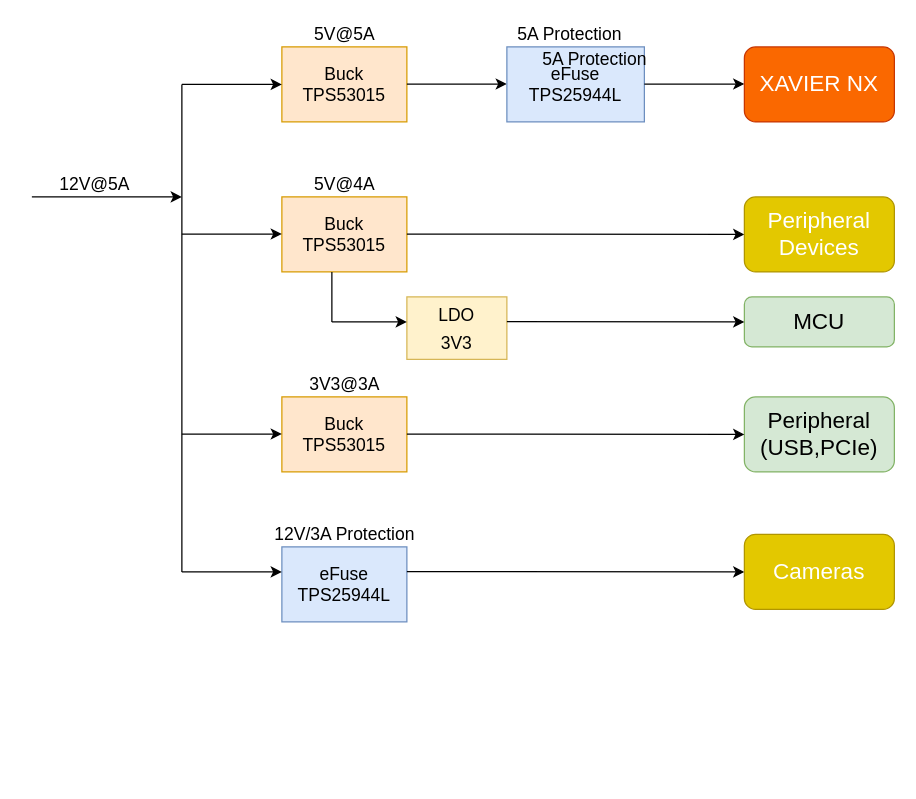
Above: Xavier_NX.drawio in anhvanthe/01_my_drawio (draw.io), before the change. Source tidied: cells renumbered, new cells numbered last; positions are measured from the earlier drawing's top-left corner, leaving out a move shared by most shapes. Both pictures are drawn from the tidied source at 125%, with x=0, y=0 at pixel (31, 21).
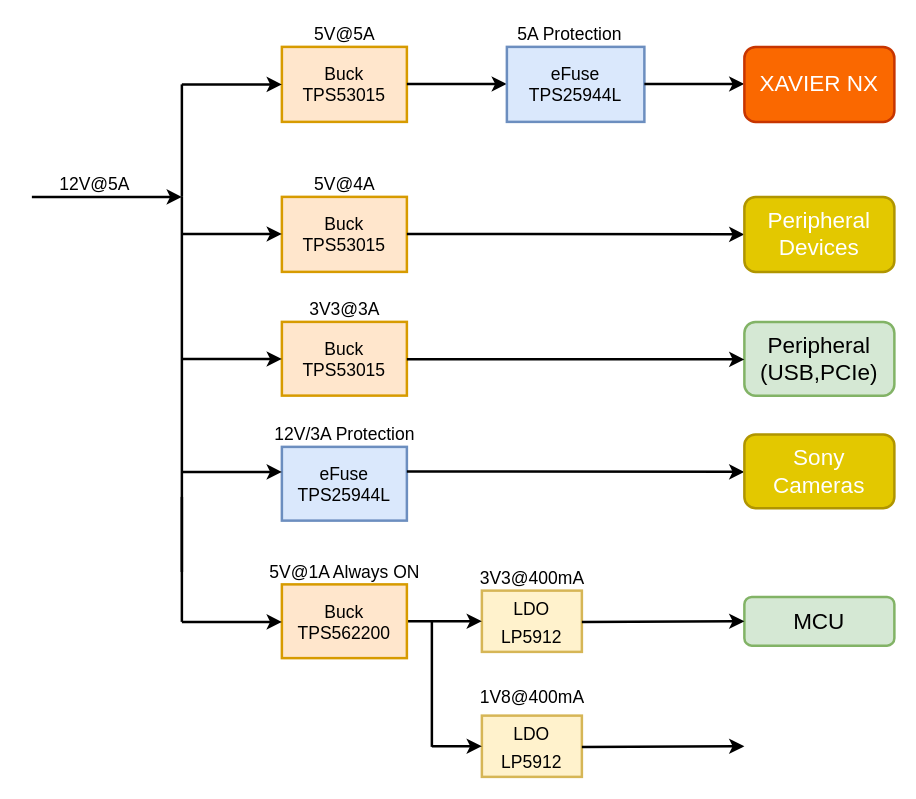
Above is the later version.

What changed in the source:
```diff
@@
-    <mxCell id="2" style="endArrow=classic;html=1;" parent="1" edge="1">
+    <mxCell id="2" style="endArrow=classic;html=1;strokeWidth=2;" parent="1" edge="1">
       <mxGeometry relative="1" as="geometry">
         <mxPoint y="140" as="sourcePoint" />
         <mxPoint x="120" y="140" as="targetPoint" />
       </mxGeometry>
     </mxCell>
-    <mxCell id="3" value="12V@5A" style="text;html=1;align=center;verticalAlign=middle;fontSize=14;" parent="1" vertex="1">
+    <mxCell id="3" value="12V@5A" style="text;html=1;align=center;verticalAlign=middle;fontSize=14;strokeWidth=2;" parent="1" vertex="1">
       <mxGeometry x="15" y="120" width="70" height="20" as="geometry" />
     </mxCell>
-    <mxCell id="4" value="Buck&lt;br&gt;TPS53015" style="rounded=0;whiteSpace=wrap;html=1;fontSize=14;fillColor=#ffe6cc;strokeColor=#d79b00;" parent="1" vertex="1">
+    <mxCell id="4" value="Buck&lt;br&gt;TPS53015" style="rounded=0;whiteSpace=wrap;html=1;fontSize=14;fillColor=#ffe6cc;strokeColor=#d79b00;strokeWidth=2;" parent="1" vertex="1">
       <mxGeometry x="200" y="20" width="100" height="60" as="geometry" />
     </mxCell>
-    <mxCell id="5" value="5V@5A" style="text;html=1;align=center;verticalAlign=middle;fontSize=14;" parent="1" vertex="1">
+    <mxCell id="5" value="5V@5A" style="text;html=1;align=center;verticalAlign=middle;fontSize=14;strokeWidth=2;" parent="1" vertex="1">
       <mxGeometry x="220" width="60" height="20" as="geometry" />
     </mxCell>
-    <mxCell id="6" style="endArrow=none;html=1;fontSize=14;" parent="1" edge="1">
+    <mxCell id="6" style="endArrow=none;html=1;fontSize=14;strokeWidth=2;" parent="1" edge="1">
       <mxGeometry relative="1" as="geometry">
         <mxPoint x="120" y="140" as="sourcePoint" />
         <mxPoint x="120" y="50" as="targetPoint" />
       </mxGeometry>
     </mxCell>
-    <mxCell id="7" style="endArrow=classic;html=1;fontSize=14;" parent="1" edge="1">
+    <mxCell id="7" style="endArrow=classic;html=1;fontSize=14;strokeWidth=2;" parent="1" edge="1">
       <mxGeometry relative="1" as="geometry">
         <mxPoint x="120" y="50" as="sourcePoint" />
         <mxPoint x="200" y="50" as="targetPoint" />
       </mxGeometry>
     </mxCell>
-    <mxCell id="8" style="endArrow=classic;html=1;fontSize=14;" parent="1" edge="1">
+    <mxCell id="8" style="endArrow=classic;html=1;fontSize=14;strokeWidth=2;" parent="1" edge="1">
       <mxGeometry relative="1" as="geometry">
         <mxPoint x="300" y="49.7" as="sourcePoint" />
         <mxPoint x="380" y="49.7" as="targetPoint" />
       </mxGeometry>
     </mxCell>
-    <mxCell id="9" value="&lt;span&gt;eFuse&lt;/span&gt;&lt;br&gt;&lt;span&gt;TPS25944L&lt;/span&gt;" style="rounded=0;whiteSpace=wrap;html=1;fontSize=14;fillColor=#dae8fc;strokeColor=#6c8ebf;" parent="1" vertex="1">
+    <mxCell id="9" value="&lt;span&gt;eFuse&lt;/span&gt;&lt;br&gt;&lt;span&gt;TPS25944L&lt;/span&gt;" style="rounded=0;whiteSpace=wrap;html=1;fontSize=14;fillColor=#dae8fc;strokeColor=#6c8ebf;strokeWidth=2;" parent="1" vertex="1">
       <mxGeometry x="380" y="20" width="110" height="60" as="geometry" />
     </mxCell>
-    <mxCell id="10" style="endArrow=classic;html=1;fontSize=14;" parent="1" edge="1">
+    <mxCell id="10" style="endArrow=classic;html=1;fontSize=14;strokeWidth=2;" parent="1" edge="1">
       <mxGeometry relative="1" as="geometry">
         <mxPoint x="490" y="49.7" as="sourcePoint" />
         <mxPoint x="570" y="49.7" as="targetPoint" />
       </mxGeometry>
     </mxCell>
-    <mxCell id="11" value="Buck&lt;br&gt;TPS53015" style="rounded=0;whiteSpace=wrap;html=1;fontSize=14;fillColor=#ffe6cc;strokeColor=#d79b00;" parent="1" vertex="1">
+    <mxCell id="11" value="Buck&lt;br&gt;TPS53015" style="rounded=0;whiteSpace=wrap;html=1;fontSize=14;fillColor=#ffe6cc;strokeColor=#d79b00;strokeWidth=2;" parent="1" vertex="1">
       <mxGeometry x="200" y="140" width="100" height="60" as="geometry" />
     </mxCell>
-    <mxCell id="12" value="5V@4A" style="text;html=1;align=center;verticalAlign=middle;fontSize=14;" parent="1" vertex="1">
+    <mxCell id="12" value="5V@4A" style="text;html=1;align=center;verticalAlign=middle;fontSize=14;strokeWidth=2;" parent="1" vertex="1">
       <mxGeometry x="220" y="120" width="60" height="20" as="geometry" />
     </mxCell>
-    <mxCell id="13" value="5A Protection" style="text;html=1;align=center;verticalAlign=middle;fontSize=14;" parent="1" vertex="1">
+    <mxCell id="13" value="5A Protection" style="text;html=1;align=center;verticalAlign=middle;fontSize=14;strokeWidth=2;" parent="1" vertex="1">
       <mxGeometry x="380" width="100" height="20" as="geometry" />
     </mxCell>
-    <mxCell id="14" style="endArrow=classic;html=1;fontSize=14;" parent="1" edge="1">
+    <mxCell id="14" style="endArrow=classic;html=1;fontSize=14;strokeWidth=2;" parent="1" edge="1">
       <mxGeometry relative="1" as="geometry">
         <mxPoint x="120" y="169.7" as="sourcePoint" />
         <mxPoint x="200" y="169.7" as="targetPoint" />
       </mxGeometry>
     </mxCell>
-    <mxCell id="15" style="endArrow=none;html=1;fontSize=14;" parent="1" edge="1">
+    <mxCell id="15" style="endArrow=none;html=1;fontSize=14;strokeWidth=2;" parent="1" edge="1">
       <mxGeometry relative="1" as="geometry">
         <mxPoint x="120" y="440" as="sourcePoint" />
         <mxPoint x="120" y="140" as="targetPoint" />
       </mxGeometry>
     </mxCell>
-    <mxCell id="16" style="endArrow=classic;html=1;fontSize=14;" parent="1" edge="1">
+    <mxCell id="16" style="endArrow=classic;html=1;fontSize=14;strokeWidth=2;" parent="1" edge="1">
       <mxGeometry relative="1" as="geometry">
         <mxPoint x="300" y="169.7" as="sourcePoint" />
         <mxPoint x="570" y="170" as="targetPoint" />
       </mxGeometry>
     </mxCell>
-    <mxCell id="17" value="Buck&lt;br&gt;TPS53015" style="rounded=0;whiteSpace=wrap;html=1;fontSize=14;fillColor=#ffe6cc;strokeColor=#d79b00;" parent="1" vertex="1">
-      <mxGeometry x="200" y="300" width="100" height="60" as="geometry" />
+    <mxCell id="17" value="Buck&lt;br&gt;TPS53015" style="rounded=0;whiteSpace=wrap;html=1;fontSize=14;fillColor=#ffe6cc;strokeColor=#d79b00;strokeWidth=2;" parent="1" vertex="1">
+      <mxGeometry x="200" y="240" width="100" height="59" as="geometry" />
     </mxCell>
-    <mxCell id="18" value="3V3@3A" style="text;html=1;align=center;verticalAlign=middle;fontSize=14;" parent="1" vertex="1">
-      <mxGeometry x="215" y="280" width="70" height="20" as="geometry" />
+    <mxCell id="18" value="3V3@3A" style="text;html=1;align=center;verticalAlign=middle;fontSize=14;strokeWidth=2;" parent="1" vertex="1">
+      <mxGeometry x="215" y="220" width="70" height="20" as="geometry" />
     </mxCell>
-    <mxCell id="19" value="&lt;font style=&quot;font-size: 14px&quot;&gt;LDO&lt;br&gt;3V3&lt;/font&gt;" style="rounded=0;whiteSpace=wrap;html=1;fontSize=18;fillColor=#fff2cc;strokeColor=#d6b656;" parent="1" vertex="1">
-      <mxGeometry x="300" y="220" width="80" height="50" as="geometry" />
+    <mxCell id="19" value="&lt;font style=&quot;font-size: 14px&quot;&gt;LDO&lt;br&gt;LP5912&lt;/font&gt;" style="rounded=0;whiteSpace=wrap;html=1;fontSize=18;fillColor=#fff2cc;strokeColor=#d6b656;strokeWidth=2;" parent="1" vertex="1">
+      <mxGeometry x="360" y="455" width="80" height="49" as="geometry" />
     </mxCell>
-    <mxCell id="20" style="endArrow=classic;html=1;fontSize=14;" parent="1" edge="1">
-      <mxGeometry relative="1" as="geometry">
-        <mxPoint x="240" y="240" as="sourcePoint" />
-        <mxPoint x="300" y="240" as="targetPoint" />
-      </mxGeometry>
-    </mxCell>
-    <mxCell id="21" style="endArrow=none;html=1;fontSize=18;" parent="1" edge="1">
-      <mxGeometry relative="1" as="geometry">
-        <mxPoint x="240" y="240" as="sourcePoint" />
-        <mxPoint x="240" y="200" as="targetPoint" />
-      </mxGeometry>
-    </mxCell>
-    <mxCell id="22" value="MCU" style="rounded=1;whiteSpace=wrap;html=1;fontSize=18;fillColor=#d5e8d4;strokeColor=#82b366;" parent="1" vertex="1">
-      <mxGeometry x="570" y="220" width="120" height="40" as="geometry" />
+    <mxCell id="22" value="MCU" style="rounded=1;whiteSpace=wrap;html=1;fontSize=18;fillColor=#d5e8d4;strokeColor=#82b366;strokeWidth=2;" parent="1" vertex="1">
+      <mxGeometry x="570" y="460" width="120" height="39" as="geometry" />
     </mxCell>
-    <mxCell id="23" value="&lt;span&gt;XAVIER NX&lt;br&gt;&lt;/span&gt;" style="rounded=1;whiteSpace=wrap;html=1;fontSize=18;fillColor=#fa6800;strokeColor=#C73500;fontColor=#ffffff;" parent="1" vertex="1">
+    <mxCell id="23" value="&lt;span&gt;XAVIER NX&lt;br&gt;&lt;/span&gt;" style="rounded=1;whiteSpace=wrap;html=1;fontSize=18;fillColor=#fa6800;strokeColor=#C73500;fontColor=#ffffff;strokeWidth=2;" parent="1" vertex="1">
       <mxGeometry x="570" y="20" width="120" height="60" as="geometry" />
     </mxCell>
-    <mxCell id="24" value="&lt;span&gt;Peripheral&lt;br&gt;&lt;/span&gt;&lt;span&gt;Devices&lt;br&gt;&lt;/span&gt;" style="rounded=1;whiteSpace=wrap;html=1;fontSize=18;fillColor=#e3c800;strokeColor=#B09500;fontColor=#ffffff;" parent="1" vertex="1">
+    <mxCell id="24" value="&lt;span&gt;Peripheral&lt;br&gt;&lt;/span&gt;&lt;span&gt;Devices&lt;br&gt;&lt;/span&gt;" style="rounded=1;whiteSpace=wrap;html=1;fontSize=18;fillColor=#e3c800;strokeColor=#B09500;fontColor=#ffffff;strokeWidth=2;" parent="1" vertex="1">
       <mxGeometry x="570" y="140" width="120" height="60" as="geometry" />
     </mxCell>
-    <mxCell id="25" style="endArrow=classic;html=1;fontSize=14;entryX=0;entryY=0.5;entryDx=0;entryDy=0;" parent="1" edge="1" target="22">
+    <mxCell id="25" style="endArrow=classic;html=1;fontSize=14;entryX=0;entryY=0.5;entryDx=0;entryDy=0;strokeWidth=2;" parent="1" edge="1" target="22">
       <mxGeometry relative="1" as="geometry">
-        <mxPoint x="380" y="239.8" as="sourcePoint" />
+        <mxPoint x="440" y="480" as="sourcePoint" />
       </mxGeometry>
     </mxCell>
-    <mxCell id="26" style="endArrow=classic;html=1;fontSize=14;" parent="1" edge="1">
+    <mxCell id="26" style="endArrow=classic;html=1;fontSize=14;strokeWidth=2;" parent="1" edge="1">
       <mxGeometry relative="1" as="geometry">
-        <mxPoint x="120" y="329.7" as="sourcePoint" />
-        <mxPoint x="200" y="329.7" as="targetPoint" />
+        <mxPoint x="120" y="269.7" as="sourcePoint" />
+        <mxPoint x="200" y="269.7" as="targetPoint" />
       </mxGeometry>
     </mxCell>
-    <mxCell id="27" value="&lt;span&gt;Peripheral&lt;br&gt;&lt;/span&gt;&lt;span&gt;(USB,PCIe)&lt;br&gt;&lt;/span&gt;" style="rounded=1;whiteSpace=wrap;html=1;fontSize=18;fillColor=#d5e8d4;strokeColor=#82b366;" parent="1" vertex="1">
-      <mxGeometry x="570" y="300" width="120" height="60" as="geometry" />
+    <mxCell id="27" value="&lt;span&gt;Peripheral&lt;br&gt;&lt;/span&gt;&lt;span&gt;(USB,PCIe)&lt;br&gt;&lt;/span&gt;" style="rounded=1;whiteSpace=wrap;html=1;fontSize=18;fillColor=#d5e8d4;strokeColor=#82b366;strokeWidth=2;" parent="1" vertex="1">
+      <mxGeometry x="570" y="240" width="120" height="59" as="geometry" />
     </mxCell>
-    <mxCell id="28" style="endArrow=classic;html=1;fontSize=14;" parent="1" edge="1">
+    <mxCell id="28" style="endArrow=classic;html=1;fontSize=14;strokeWidth=2;" parent="1" edge="1">
       <mxGeometry relative="1" as="geometry">
-        <mxPoint x="300" y="329.8" as="sourcePoint" />
-        <mxPoint x="570" y="330" as="targetPoint" />
+        <mxPoint x="300" y="269.8" as="sourcePoint" />
+        <mxPoint x="570" y="270" as="targetPoint" />
       </mxGeometry>
     </mxCell>
-    <mxCell id="29" value="&lt;span&gt;eFuse&lt;/span&gt;&lt;br&gt;&lt;span&gt;TPS25944L&lt;/span&gt;" style="rounded=0;whiteSpace=wrap;html=1;fontSize=14;fillColor=#dae8fc;strokeColor=#6c8ebf;" parent="1" vertex="1">
-      <mxGeometry x="200" y="420" width="100" height="60" as="geometry" />
+    <mxCell id="29" value="&lt;span&gt;eFuse&lt;/span&gt;&lt;br&gt;&lt;span&gt;TPS25944L&lt;/span&gt;" style="rounded=0;whiteSpace=wrap;html=1;fontSize=14;fillColor=#dae8fc;strokeColor=#6c8ebf;strokeWidth=2;" parent="1" vertex="1">
+      <mxGeometry x="200" y="340" width="100" height="59" as="geometry" />
     </mxCell>
-    <mxCell id="30" value="12V/3A Protection" style="text;html=1;align=center;verticalAlign=middle;fontSize=14;" parent="1" vertex="1">
-      <mxGeometry x="185" y="400" width="130" height="20" as="geometry" />
+    <mxCell id="30" value="12V/3A Protection" style="text;html=1;align=center;verticalAlign=middle;fontSize=14;strokeWidth=2;" parent="1" vertex="1">
+      <mxGeometry x="185" y="320" width="130" height="20" as="geometry" />
     </mxCell>
-    <mxCell id="31" value="5A Protection" style="text;html=1;align=center;verticalAlign=middle;fontSize=14;" parent="1" vertex="1">
-      <mxGeometry x="400" y="20" width="100" height="20" as="geometry" />
-    </mxCell>
-    <mxCell id="32" style="endArrow=classic;html=1;fontSize=14;" parent="1" edge="1">
+    <mxCell id="32" style="endArrow=classic;html=1;fontSize=14;strokeWidth=2;" parent="1" edge="1">
       <mxGeometry relative="1" as="geometry">
-        <mxPoint x="120" y="440" as="sourcePoint" />
-        <mxPoint x="200" y="440" as="targetPoint" />
+        <mxPoint x="120" y="360" as="sourcePoint" />
+        <mxPoint x="200" y="360" as="targetPoint" />
       </mxGeometry>
     </mxCell>
-    <mxCell id="33" style="endArrow=classic;html=1;fontSize=14;" parent="1" edge="1">
+    <mxCell id="33" style="endArrow=classic;html=1;fontSize=14;strokeWidth=2;" parent="1" edge="1">
       <mxGeometry relative="1" as="geometry">
-        <mxPoint x="300" y="439.7" as="sourcePoint" />
-        <mxPoint x="570" y="440" as="targetPoint" />
+        <mxPoint x="300" y="359.7" as="sourcePoint" />
+        <mxPoint x="570" y="360" as="targetPoint" />
       </mxGeometry>
     </mxCell>
-    <mxCell id="34" value="&lt;span&gt;Cameras&lt;br&gt;&lt;/span&gt;" style="rounded=1;whiteSpace=wrap;html=1;fontSize=18;fillColor=#e3c800;strokeColor=#B09500;fontColor=#ffffff;" parent="1" vertex="1">
-      <mxGeometry x="570" y="410" width="120" height="60" as="geometry" />
+    <mxCell id="34" value="&lt;span&gt;Sony&lt;br&gt;Cameras&lt;br&gt;&lt;/span&gt;" style="rounded=1;whiteSpace=wrap;html=1;fontSize=18;fillColor=#e3c800;strokeColor=#B09500;fontColor=#ffffff;strokeWidth=2;" parent="1" vertex="1">
+      <mxGeometry x="570" y="330" width="120" height="59" as="geometry" />
     </mxCell>
+    <mxCell id="35" style="edgeStyle=orthogonalEdgeStyle;rounded=0;jettySize=auto;html=1;strokeWidth=2;" parent="1" edge="1" source="36" target="19">
+      <mxGeometry relative="1" as="geometry" />
+    </mxCell>
+    <mxCell id="36" value="Buck&lt;br&gt;TPS562200" style="rounded=0;whiteSpace=wrap;html=1;fontSize=14;fillColor=#ffe6cc;strokeColor=#d79b00;strokeWidth=2;" parent="1" vertex="1">
+      <mxGeometry x="200" y="450" width="100" height="59" as="geometry" />
+    </mxCell>
+    <mxCell id="37" value="5V@1A Always ON" style="text;html=1;align=center;verticalAlign=middle;fontSize=14;strokeWidth=2;" parent="1" vertex="1">
+      <mxGeometry x="180" y="430" width="140" height="20" as="geometry" />
+    </mxCell>
+    <mxCell id="38" style="endArrow=none;html=1;fontSize=14;strokeWidth=2;" parent="1" edge="1">
+      <mxGeometry relative="1" as="geometry">
+        <mxPoint x="120" y="480" as="sourcePoint" />
+        <mxPoint x="120" y="380" as="targetPoint" />
+      </mxGeometry>
+    </mxCell>
+    <mxCell id="39" style="endArrow=classic;html=1;fontSize=14;strokeWidth=2;" parent="1" edge="1">
+      <mxGeometry relative="1" as="geometry">
+        <mxPoint x="120" y="480" as="sourcePoint" />
+        <mxPoint x="200" y="480" as="targetPoint" />
+      </mxGeometry>
+    </mxCell>
+    <mxCell id="40" value="3V3@400mA" style="text;html=1;align=center;verticalAlign=middle;fontSize=14;strokeWidth=2;" parent="1" vertex="1">
+      <mxGeometry x="350" y="435" width="100" height="20" as="geometry" />
+    </mxCell>
+    <mxCell id="41" value="&lt;font style=&quot;font-size: 14px&quot;&gt;LDO&lt;br&gt;LP5912&lt;/font&gt;" style="rounded=0;whiteSpace=wrap;html=1;fontSize=18;fillColor=#fff2cc;strokeColor=#d6b656;strokeWidth=2;" parent="1" vertex="1">
+      <mxGeometry x="360" y="555" width="80" height="49" as="geometry" />
+    </mxCell>
+    <mxCell id="42" style="endArrow=classic;html=1;fontSize=14;entryX=0;entryY=0.5;entryDx=0;entryDy=0;strokeWidth=2;" parent="1" edge="1">
+      <mxGeometry relative="1" as="geometry">
+        <mxPoint x="440" y="580" as="sourcePoint" />
+        <mxPoint x="570" y="579.5" as="targetPoint" />
+      </mxGeometry>
+    </mxCell>
+    <mxCell id="43" value="1V8@400mA" style="text;html=1;align=center;verticalAlign=middle;fontSize=14;strokeWidth=2;" parent="1" vertex="1">
+      <mxGeometry x="350" y="530" width="100" height="20" as="geometry" />
+    </mxCell>
+    <mxCell id="44" style="endArrow=none;html=1;fontSize=14;strokeWidth=2;" parent="1" edge="1">
+      <mxGeometry relative="1" as="geometry">
+        <mxPoint x="320" y="580" as="sourcePoint" />
+        <mxPoint x="320" y="480" as="targetPoint" />
+      </mxGeometry>
+    </mxCell>
+    <mxCell id="45" style="endArrow=classic;html=1;fontSize=14;strokeWidth=2;" parent="1" edge="1">
+      <mxGeometry relative="1" as="geometry">
+        <mxPoint x="320" y="579.5" as="sourcePoint" />
+        <mxPoint x="360" y="579.5" as="targetPoint" />
+      </mxGeometry>
+    </mxCell>
```
